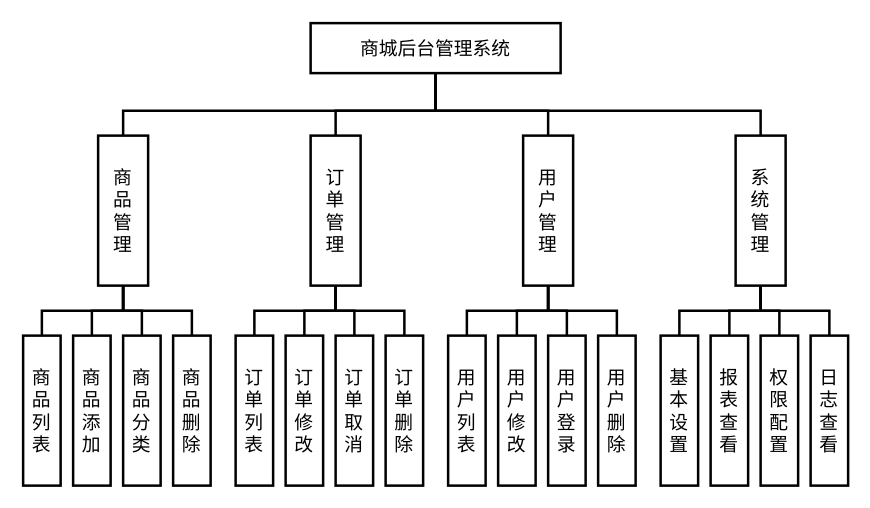
This is 毕业设计-系统功能模块图.drawio from srcrs/draw-static, a draw.io file, before an edit. Source tidied: cells renumbered, new cells numbered last; positions are measured from the earlier drawing's top-left corner, leaving out a move shared by most shapes. Both pictures are drawn from the tidied source at 125%, with x=0, y=0 at pixel (22, 22).
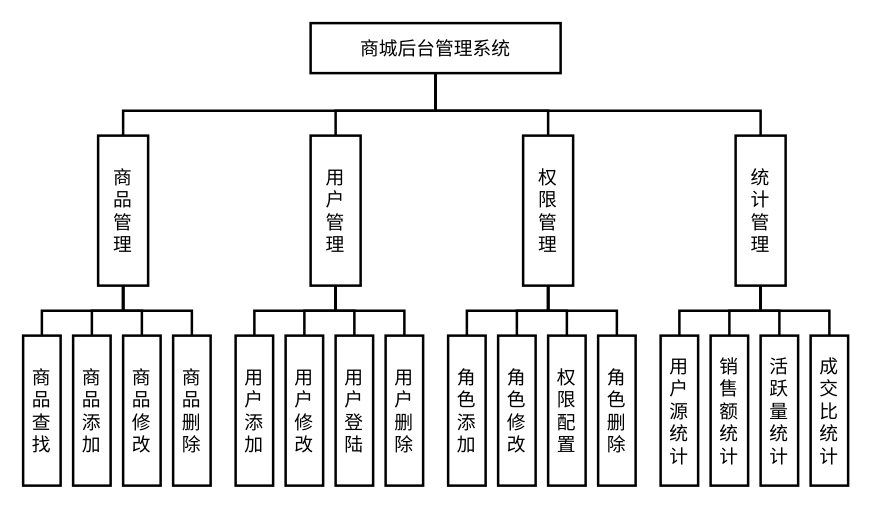
Above is the later version.

Commit message:
更新毕业设计-系统功能模块图.drawio

The edit, as a diff of the source:
```diff
@@
-    <mxCell id="4" value="订&lt;br&gt;单&lt;br&gt;管&lt;br&gt;理" style="rounded=0;whiteSpace=wrap;html=1;strokeWidth=2;fontSize=15;" parent="1" vertex="1">
+    <mxCell id="4" value="用&lt;br&gt;户&lt;br&gt;管&lt;br&gt;理" style="rounded=0;whiteSpace=wrap;html=1;strokeWidth=2;fontSize=15;" parent="1" vertex="1">
       <mxGeometry x="230" y="90" width="40" height="120" as="geometry" />
     </mxCell>
-    <mxCell id="5" value="用&lt;br&gt;户&lt;br&gt;管&lt;br&gt;理" style="rounded=0;whiteSpace=wrap;html=1;strokeWidth=2;fontSize=15;" parent="1" vertex="1">
+    <mxCell id="5" value="权&lt;br&gt;限&lt;br&gt;管&lt;br&gt;理" style="rounded=0;whiteSpace=wrap;html=1;strokeWidth=2;fontSize=15;" parent="1" vertex="1">
       <mxGeometry x="400" y="90" width="40" height="120" as="geometry" />
     </mxCell>
-    <mxCell id="6" value="系&lt;br&gt;统&lt;br&gt;管&lt;br&gt;理" style="rounded=0;whiteSpace=wrap;html=1;strokeWidth=2;fontSize=15;" parent="1" vertex="1">
+    <mxCell id="6" value="统&lt;br&gt;计&lt;br&gt;管&lt;br&gt;理" style="rounded=0;whiteSpace=wrap;html=1;strokeWidth=2;fontSize=15;" parent="1" vertex="1">
       <mxGeometry x="570" y="90" width="40" height="120" as="geometry" />
     </mxCell>
@@
-    <mxCell id="11" value="商品列表" style="rounded=0;whiteSpace=wrap;html=1;strokeWidth=2;fontSize=15;" parent="1" vertex="1">
+    <mxCell id="11" value="商品查找" style="rounded=0;whiteSpace=wrap;html=1;strokeWidth=2;fontSize=15;" parent="1" vertex="1">
       <mxGeometry y="250" width="30" height="120" as="geometry" />
     </mxCell>
@@
-    <mxCell id="14" value="商品分类" style="rounded=0;whiteSpace=wrap;html=1;strokeWidth=2;fontSize=15;" parent="1" vertex="1">
+    <mxCell id="14" value="商品修改" style="rounded=0;whiteSpace=wrap;html=1;strokeWidth=2;fontSize=15;" parent="1" vertex="1">
       <mxGeometry x="80" y="250" width="30" height="120" as="geometry" />
     </mxCell>
@@
-    <mxCell id="19" value="订单列表" style="rounded=0;whiteSpace=wrap;html=1;strokeWidth=2;fontSize=15;" parent="1" vertex="1">
+    <mxCell id="19" value="用户添加" style="rounded=0;whiteSpace=wrap;html=1;strokeWidth=2;fontSize=15;" parent="1" vertex="1">
       <mxGeometry x="170" y="250" width="30" height="120" as="geometry" />
     </mxCell>
-    <mxCell id="20" value="订单修改" style="rounded=0;whiteSpace=wrap;html=1;strokeWidth=2;fontSize=15;" parent="1" vertex="1">
+    <mxCell id="20" value="用户修改" style="rounded=0;whiteSpace=wrap;html=1;strokeWidth=2;fontSize=15;" parent="1" vertex="1">
       <mxGeometry x="210" y="250" width="30" height="120" as="geometry" />
     </mxCell>
-    <mxCell id="21" value="订单删除" style="rounded=0;whiteSpace=wrap;html=1;strokeWidth=2;fontSize=15;" parent="1" vertex="1">
+    <mxCell id="21" value="用户删除" style="rounded=0;whiteSpace=wrap;html=1;strokeWidth=2;fontSize=15;" parent="1" vertex="1">
       <mxGeometry x="290" y="250" width="30" height="120" as="geometry" />
     </mxCell>
-    <mxCell id="22" value="订单取消" style="rounded=0;whiteSpace=wrap;html=1;strokeWidth=2;fontSize=15;" parent="1" vertex="1">
+    <mxCell id="22" value="用户登陆" style="rounded=0;whiteSpace=wrap;html=1;strokeWidth=2;fontSize=15;" parent="1" vertex="1">
       <mxGeometry x="250" y="250" width="30" height="120" as="geometry" />
     </mxCell>
@@
-    <mxCell id="27" value="用户列表" style="rounded=0;whiteSpace=wrap;html=1;strokeWidth=2;fontSize=15;" parent="1" vertex="1">
+    <mxCell id="27" value="角色添加" style="rounded=0;whiteSpace=wrap;html=1;strokeWidth=2;fontSize=15;" parent="1" vertex="1">
       <mxGeometry x="340" y="250" width="30" height="120" as="geometry" />
     </mxCell>
-    <mxCell id="28" value="用户修改" style="rounded=0;whiteSpace=wrap;html=1;strokeWidth=2;fontSize=15;" parent="1" vertex="1">
+    <mxCell id="28" value="角色修改" style="rounded=0;whiteSpace=wrap;html=1;strokeWidth=2;fontSize=15;" parent="1" vertex="1">
       <mxGeometry x="380" y="250" width="30" height="120" as="geometry" />
     </mxCell>
-    <mxCell id="29" value="用户删除" style="rounded=0;whiteSpace=wrap;html=1;strokeWidth=2;fontSize=15;" parent="1" vertex="1">
+    <mxCell id="29" value="角色删除" style="rounded=0;whiteSpace=wrap;html=1;strokeWidth=2;fontSize=15;" parent="1" vertex="1">
       <mxGeometry x="460" y="250" width="30" height="120" as="geometry" />
     </mxCell>
-    <mxCell id="30" value="用户登录" style="rounded=0;whiteSpace=wrap;html=1;strokeWidth=2;fontSize=15;" parent="1" vertex="1">
+    <mxCell id="30" value="权限配置" style="rounded=0;whiteSpace=wrap;html=1;strokeWidth=2;fontSize=15;" parent="1" vertex="1">
       <mxGeometry x="420" y="250" width="30" height="120" as="geometry" />
     </mxCell>
@@
-    <mxCell id="35" value="基本设置" style="rounded=0;whiteSpace=wrap;html=1;strokeWidth=2;fontSize=15;" parent="1" vertex="1">
+    <mxCell id="35" value="用户源统计" style="rounded=0;whiteSpace=wrap;html=1;strokeWidth=2;fontSize=15;" parent="1" vertex="1">
       <mxGeometry x="510" y="250" width="30" height="120" as="geometry" />
     </mxCell>
-    <mxCell id="36" value="报表查看" style="rounded=0;whiteSpace=wrap;html=1;strokeWidth=2;fontSize=15;" parent="1" vertex="1">
+    <mxCell id="36" value="销售额统计" style="rounded=0;whiteSpace=wrap;html=1;strokeWidth=2;fontSize=15;" parent="1" vertex="1">
       <mxGeometry x="550" y="250" width="30" height="120" as="geometry" />
     </mxCell>
-    <mxCell id="37" value="日志查看" style="rounded=0;whiteSpace=wrap;html=1;strokeWidth=2;fontSize=15;" parent="1" vertex="1">
+    <mxCell id="37" value="成交比统计" style="rounded=0;whiteSpace=wrap;html=1;strokeWidth=2;fontSize=15;" parent="1" vertex="1">
       <mxGeometry x="630" y="250" width="30" height="120" as="geometry" />
     </mxCell>
-    <mxCell id="38" value="权限配置" style="rounded=0;whiteSpace=wrap;html=1;strokeWidth=2;fontSize=15;" parent="1" vertex="1">
+    <mxCell id="38" value="活跃量统计" style="rounded=0;whiteSpace=wrap;html=1;strokeWidth=2;fontSize=15;" parent="1" vertex="1">
       <mxGeometry x="590" y="250" width="30" height="120" as="geometry" />
     </mxCell>
```
